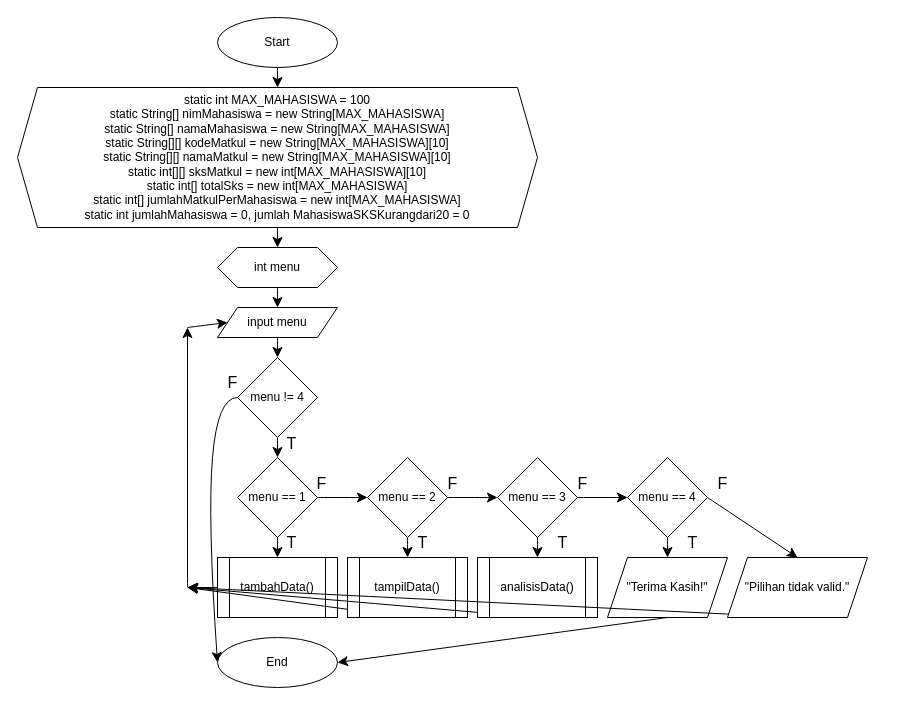
Above: page "Main" (1 of 4) of flowchart kelompok 7.drawio in Dzaky-Hadyan/project-besar-daspro (draw.io), before the change. Source tidied: cells renumbered, new cells numbered last; positions are measured from the earlier drawing's top-left corner, leaving out a move shared by most shapes. Both pictures are drawn from the tidied source at 100%, with x=0, y=0 at pixel (17, 17).
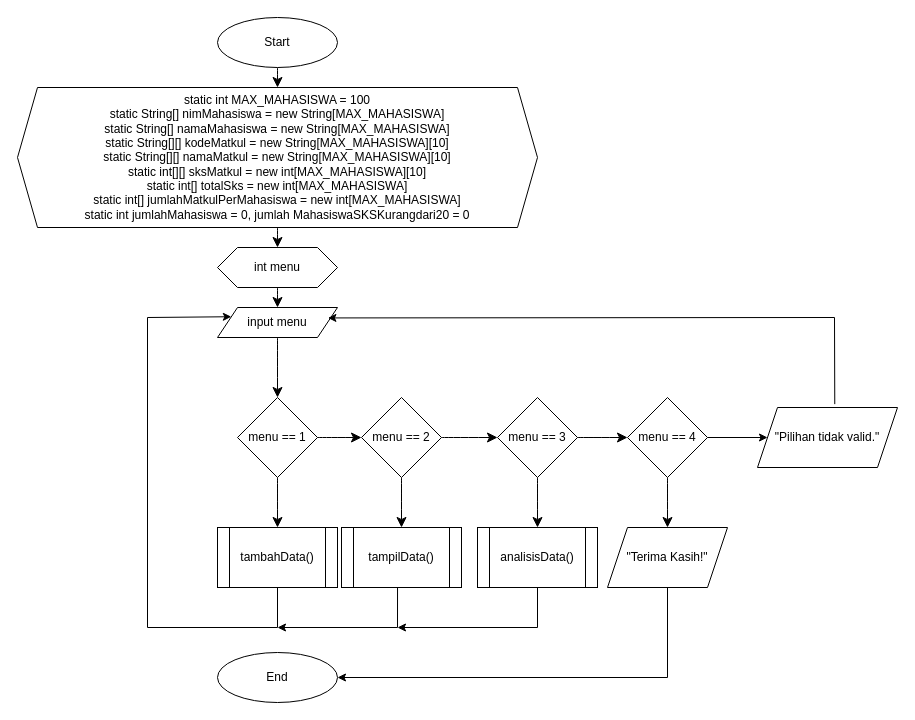
The same diagram, later.

The change refers to these unchanged cells:
```xml
<mxCell id="7" value="input menu" style="shape=parallelogram;perimeter=parallelogramPerimeter;whiteSpace=wrap;html=1;fixedSize=1;" parent="1" vertex="1">
  <mxGeometry x="200" y="290" width="120" height="30" as="geometry" />
</mxCell>
```

Diff of the diagram source:
```diff
@@
-    <mxCell id="6" style="edgeStyle=none;curved=1;rounded=0;jettySize=auto;html=1;exitX=0.5;exitY=1;exitDx=0;exitDy=0;fontSize=12;startSize=8;endSize=8;entryX=0.5;entryY=0;entryDx=0;entryDy=0;" parent="1" edge="1" source="7" target="15">
+    <mxCell id="6" style="edgeStyle=none;curved=1;rounded=0;jettySize=auto;html=1;exitX=0.5;exitY=1;exitDx=0;exitDy=0;fontSize=12;startSize=8;endSize=8;entryX=0.5;entryY=0;entryDx=0;entryDy=0;" parent="1" edge="1" source="7" target="10">
       <mxGeometry relative="1" as="geometry" />
     </mxCell>
@@
     <mxCell id="10" value="menu == 1" style="rhombus;whiteSpace=wrap;html=1;" parent="1" vertex="1">
-      <mxGeometry x="220" y="440" width="80" height="80" as="geometry" />
+      <mxGeometry x="220" y="380" width="80" height="80" as="geometry" />
     </mxCell>
-    <mxCell id="11" style="edgeStyle=none;curved=1;rounded=0;jettySize=auto;html=1;exitX=0;exitY=0.5;exitDx=0;exitDy=0;fontSize=12;startSize=8;endSize=8;" parent="1" edge="1" source="12">
-      <mxGeometry relative="1" as="geometry">
-        <mxPoint x="170" y="570" as="targetPoint" />
-      </mxGeometry>
-    </mxCell>
     <mxCell id="12" value="tambahData()" style="shape=process;whiteSpace=wrap;html=1;backgroundOutline=1;" parent="1" vertex="1">
-      <mxGeometry x="200" y="540" width="120" height="60" as="geometry" />
+      <mxGeometry x="200" y="510" width="120" height="60" as="geometry" />
     </mxCell>
-    <mxCell id="13" style="edgeStyle=none;curved=1;rounded=0;jettySize=auto;html=1;exitX=0.5;exitY=1;exitDx=0;exitDy=0;entryX=0.5;entryY=0;entryDx=0;entryDy=0;fontSize=12;startSize=8;endSize=8;" parent="1" edge="1" source="15" target="10">
-      <mxGeometry relative="1" as="geometry" />
-    </mxCell>
-    <mxCell id="14" style="edgeStyle=none;curved=1;rounded=0;jettySize=auto;html=1;exitX=0;exitY=0.5;exitDx=0;exitDy=0;entryX=0;entryY=0.5;entryDx=0;entryDy=0;fontSize=12;startSize=8;endSize=8;" parent="1" edge="1" source="15" target="46">
-      <mxGeometry relative="1" as="geometry">
-        <Array as="points">
-          <mxPoint x="200" y="380" />
-          <mxPoint x="190" y="500" />
-        </Array>
-      </mxGeometry>
-    </mxCell>
-    <mxCell id="15" value="menu != 4" style="rhombus;whiteSpace=wrap;html=1;" parent="1" vertex="1">
-      <mxGeometry x="220" y="340" width="80" height="80" as="geometry" />
-    </mxCell>
-    <mxCell id="16" value="T" style="text;html=1;align=center;verticalAlign=middle;strokeColor=none;fillColor=none;fontSize=16;" parent="1" vertex="1">
-      <mxGeometry x="259" y="411" width="30" height="30" as="geometry" />
-    </mxCell>
-    <mxCell id="17" value="T" style="text;html=1;align=center;verticalAlign=middle;strokeColor=none;fillColor=none;fontSize=16;" parent="1" vertex="1">
-      <mxGeometry x="259" y="510" width="30" height="30" as="geometry" />
-    </mxCell>
-    <mxCell id="18" style="edgeStyle=none;curved=1;rounded=0;orthogonalLoop=1;jettySize=auto;html=1;exitX=0;exitY=0.5;exitDx=0;exitDy=0;fontSize=12;startSize=8;endSize=8;" parent="1" edge="1">
-      <mxGeometry relative="1" as="geometry">
-        <mxPoint x="170" y="570" as="sourcePoint" />
-        <mxPoint x="170" y="310" as="targetPoint" />
-      </mxGeometry>
-    </mxCell>
-    <mxCell id="19" style="edgeStyle=none;curved=1;rounded=0;jettySize=auto;html=1;fontSize=12;startSize=8;endSize=8;entryX=0;entryY=0.5;entryDx=0;entryDy=0;" parent="1" edge="1" target="7">
-      <mxGeometry relative="1" as="geometry">
-        <mxPoint x="170" y="310" as="sourcePoint" />
-      </mxGeometry>
-    </mxCell>
@@
     <mxCell id="22" value="menu == 2" style="rhombus;whiteSpace=wrap;html=1;" parent="1" vertex="1">
-      <mxGeometry x="350" y="440" width="80" height="80" as="geometry" />
+      <mxGeometry x="344" y="380" width="80" height="80" as="geometry" />
     </mxCell>
-    <mxCell id="23" style="edgeStyle=none;curved=1;rounded=0;jettySize=auto;html=1;exitX=0.5;exitY=1;exitDx=0;exitDy=0;fontSize=12;startSize=8;endSize=8;" parent="1" edge="1" source="24">
-      <mxGeometry relative="1" as="geometry">
-        <mxPoint x="170" y="570" as="targetPoint" />
-      </mxGeometry>
-    </mxCell>
     <mxCell id="24" value="tampilData()" style="shape=process;whiteSpace=wrap;html=1;backgroundOutline=1;" parent="1" vertex="1">
-      <mxGeometry x="330" y="540" width="120" height="60" as="geometry" />
+      <mxGeometry x="324" y="510" width="120" height="60" as="geometry" />
     </mxCell>
-    <mxCell id="25" style="edgeStyle=none;curved=1;rounded=0;jettySize=auto;html=1;exitX=0.5;exitY=1;exitDx=0;exitDy=0;fontSize=12;startSize=8;endSize=8;" parent="1" edge="1" source="26">
-      <mxGeometry relative="1" as="geometry">
-        <mxPoint x="170" y="570" as="targetPoint" />
-      </mxGeometry>
-    </mxCell>
     <mxCell id="26" value="analisisData()" style="shape=process;whiteSpace=wrap;html=1;backgroundOutline=1;" parent="1" vertex="1">
-      <mxGeometry x="460" y="540" width="120" height="60" as="geometry" />
+      <mxGeometry x="460" y="510" width="120" height="60" as="geometry" />
     </mxCell>
@@
     <mxCell id="29" value="menu == 3" style="rhombus;whiteSpace=wrap;html=1;" parent="1" vertex="1">
-      <mxGeometry x="480" y="440" width="80" height="80" as="geometry" />
+      <mxGeometry x="480" y="380" width="80" height="80" as="geometry" />
     </mxCell>
-    <mxCell id="30" style="edgeStyle=none;curved=1;rounded=0;jettySize=auto;html=1;exitX=0.5;exitY=1;exitDx=0;exitDy=0;fontSize=12;startSize=8;endSize=8;entryX=1;entryY=0.5;entryDx=0;entryDy=0;" parent="1" edge="1" source="31" target="46">
-      <mxGeometry relative="1" as="geometry" />
-    </mxCell>
     <mxCell id="31" value="&quot;Terima Kasih!&quot;" style="shape=parallelogram;perimeter=parallelogramPerimeter;whiteSpace=wrap;html=1;fixedSize=1;" parent="1" vertex="1">
-      <mxGeometry x="590" y="540" width="120" height="60" as="geometry" />
+      <mxGeometry x="590" y="510" width="120" height="60" as="geometry" />
     </mxCell>
@@
-    <mxCell id="33" style="edgeStyle=none;curved=1;rounded=0;jettySize=auto;html=1;exitX=1;exitY=0.5;exitDx=0;exitDy=0;entryX=0.5;entryY=0;entryDx=0;entryDy=0;fontSize=12;startSize=8;endSize=8;" parent="1" edge="1" source="34" target="40">
+    <mxCell id="33" style="edgeStyle=orthogonalEdgeStyle;rounded=0;jettySize=auto;html=1;" parent="1" edge="1" source="34" target="40">
       <mxGeometry relative="1" as="geometry" />
     </mxCell>
     <mxCell id="34" value="menu == 4" style="rhombus;whiteSpace=wrap;html=1;" parent="1" vertex="1">
-      <mxGeometry x="610" y="440" width="80" height="80" as="geometry" />
+      <mxGeometry x="610" y="380" width="80" height="80" as="geometry" />
     </mxCell>
-    <mxCell id="35" value="F" style="text;html=1;align=center;verticalAlign=middle;strokeColor=none;fillColor=none;fontSize=16;" parent="1" vertex="1">
-      <mxGeometry x="289" y="451" width="30" height="30" as="geometry" />
-    </mxCell>
-    <mxCell id="36" value="F" style="text;html=1;align=center;verticalAlign=middle;strokeColor=none;fillColor=none;fontSize=16;" parent="1" vertex="1">
-      <mxGeometry x="420" y="451" width="30" height="30" as="geometry" />
-    </mxCell>
-    <mxCell id="37" value="F" style="text;html=1;align=center;verticalAlign=middle;strokeColor=none;fillColor=none;fontSize=16;" parent="1" vertex="1">
-      <mxGeometry x="550" y="451" width="30" height="30" as="geometry" />
-    </mxCell>
-    <mxCell id="38" value="F" style="text;html=1;align=center;verticalAlign=middle;strokeColor=none;fillColor=none;fontSize=16;" parent="1" vertex="1">
-      <mxGeometry x="690" y="451" width="30" height="30" as="geometry" />
-    </mxCell>
-    <mxCell id="39" style="edgeStyle=none;curved=1;rounded=0;jettySize=auto;html=1;exitX=0.5;exitY=1;exitDx=0;exitDy=0;fontSize=12;startSize=8;endSize=8;" parent="1" edge="1" source="40">
-      <mxGeometry relative="1" as="geometry">
-        <mxPoint x="170" y="570" as="targetPoint" />
-      </mxGeometry>
-    </mxCell>
     <mxCell id="40" value="&quot;Pilihan tidak valid.&quot;" style="shape=parallelogram;perimeter=parallelogramPerimeter;whiteSpace=wrap;html=1;fixedSize=1;" parent="1" vertex="1">
-      <mxGeometry x="710" y="540" width="140" height="60" as="geometry" />
+      <mxGeometry x="740" y="390" width="140" height="60" as="geometry" />
     </mxCell>
-    <mxCell id="41" value="T" style="text;html=1;align=center;verticalAlign=middle;strokeColor=none;fillColor=none;fontSize=16;" parent="1" vertex="1">
-      <mxGeometry x="390" y="510" width="30" height="30" as="geometry" />
-    </mxCell>
-    <mxCell id="42" value="T" style="text;html=1;align=center;verticalAlign=middle;strokeColor=none;fillColor=none;fontSize=16;" parent="1" vertex="1">
-      <mxGeometry x="530" y="510" width="30" height="30" as="geometry" />
-    </mxCell>
-    <mxCell id="43" value="T" style="text;html=1;align=center;verticalAlign=middle;strokeColor=none;fillColor=none;fontSize=16;" parent="1" vertex="1">
-      <mxGeometry x="660" y="510" width="30" height="30" as="geometry" />
-    </mxCell>
@@
     <mxCell id="46" value="End" style="ellipse;whiteSpace=wrap;html=1;" parent="1" vertex="1">
-      <mxGeometry x="200" y="620" width="120" height="50" as="geometry" />
+      <mxGeometry x="200" y="635" width="120" height="50" as="geometry" />
     </mxCell>
-    <mxCell id="47" value="F" style="text;html=1;align=center;verticalAlign=middle;strokeColor=none;fillColor=none;fontSize=16;" parent="1" vertex="1">
-      <mxGeometry x="200" y="350" width="30" height="30" as="geometry" />
-    </mxCell>
+    <mxCell id="30" style="edgeStyle=none;jettySize=auto;html=1;rounded=0;exitX=0.5;exitY=1;exitDx=0;exitDy=0;entryX=1;entryY=0.5;entryDx=0;entryDy=0;" parent="1" edge="1" source="31" target="46">
+      <mxGeometry relative="1" as="geometry">
+        <Array as="points">
+          <mxPoint x="650" y="660" />
+        </Array>
+      </mxGeometry>
+    </mxCell>
+    <mxCell id="48" style="edgeStyle=none;jettySize=auto;html=1;rounded=0;exitX=0.5;exitY=1;exitDx=0;exitDy=0;entryX=0;entryY=0.25;entryDx=0;entryDy=0;" parent="1" edge="1" source="12" target="7">
+      <mxGeometry relative="1" as="geometry">
+        <Array as="points">
+          <mxPoint x="260" y="610" />
+          <mxPoint x="130" y="610" />
+          <mxPoint x="130" y="300" />
+        </Array>
+      </mxGeometry>
+    </mxCell>
+    <mxCell id="49" style="edgeStyle=none;jettySize=auto;html=1;rounded=0;exitX=0.467;exitY=1;exitDx=0;exitDy=0;exitPerimeter=0;" parent="1" edge="1" source="24">
+      <mxGeometry relative="1" as="geometry">
+        <mxPoint x="260" y="610" as="targetPoint" />
+        <Array as="points">
+          <mxPoint x="380" y="610" />
+        </Array>
+      </mxGeometry>
+    </mxCell>
+    <mxCell id="50" style="edgeStyle=none;orthogonalLoop=1;jettySize=auto;html=1;rounded=0;exitX=0.467;exitY=1;exitDx=0;exitDy=0;exitPerimeter=0;" parent="1" edge="1">
+      <mxGeometry relative="1" as="geometry">
+        <mxPoint x="520" y="570" as="sourcePoint" />
+        <mxPoint x="380" y="610" as="targetPoint" />
+        <Array as="points">
+          <mxPoint x="520" y="610" />
+        </Array>
+      </mxGeometry>
+    </mxCell>
+    <mxCell id="51" style="edgeStyle=none;jettySize=auto;html=1;rounded=0;exitX=0.552;exitY=-0.056;exitDx=0;exitDy=0;exitPerimeter=0;entryX=0.92;entryY=0.348;entryDx=0;entryDy=0;entryPerimeter=0;" parent="1" edge="1" source="40" target="7">
+      <mxGeometry relative="1" as="geometry">
+        <Array as="points">
+          <mxPoint x="817" y="300" />
+        </Array>
+      </mxGeometry>
+    </mxCell>
```
